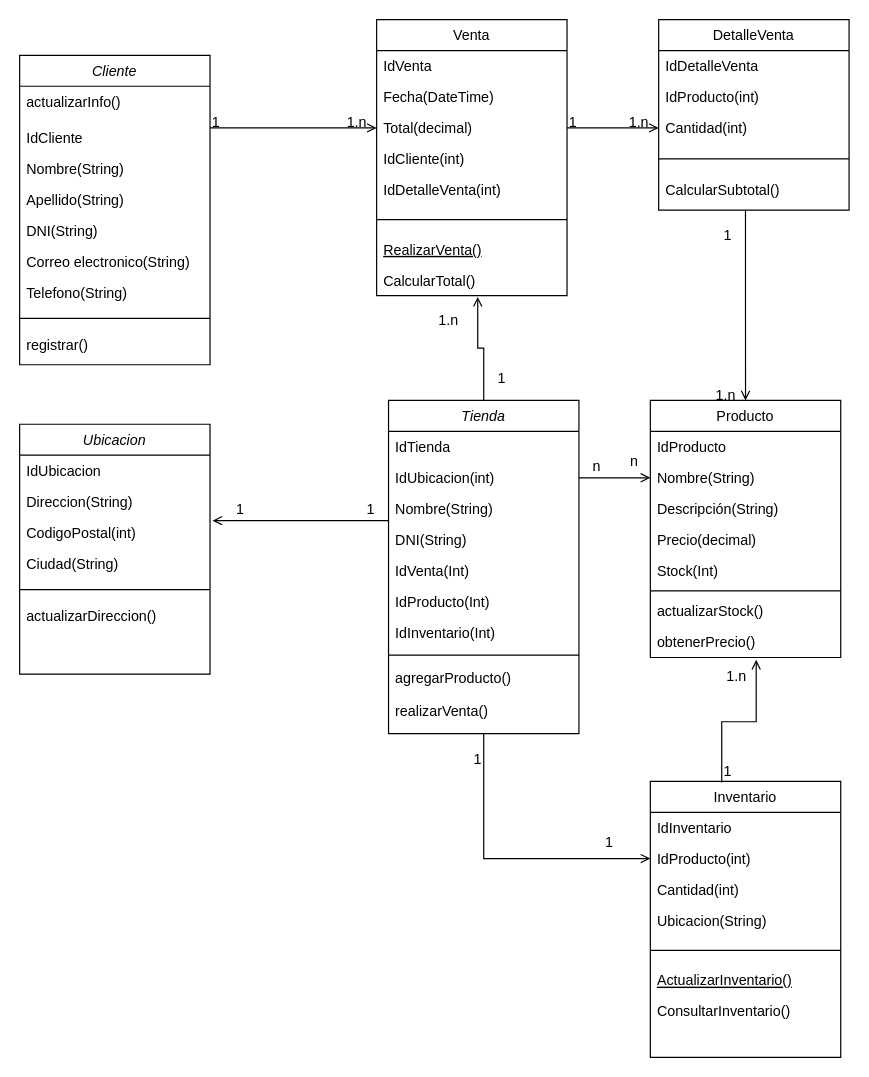
Above: Final Analisis de sistemas 2.drawio in PCalderon77/Bases-de-datos1-ISSD (draw.io), before the change. Source tidied: cells renumbered, new cells numbered last; positions are measured from the earlier drawing's top-left corner, leaving out a move shared by most shapes. Both pictures are drawn from the tidied source at 119%, with x=0, y=0 at pixel (19, 19).
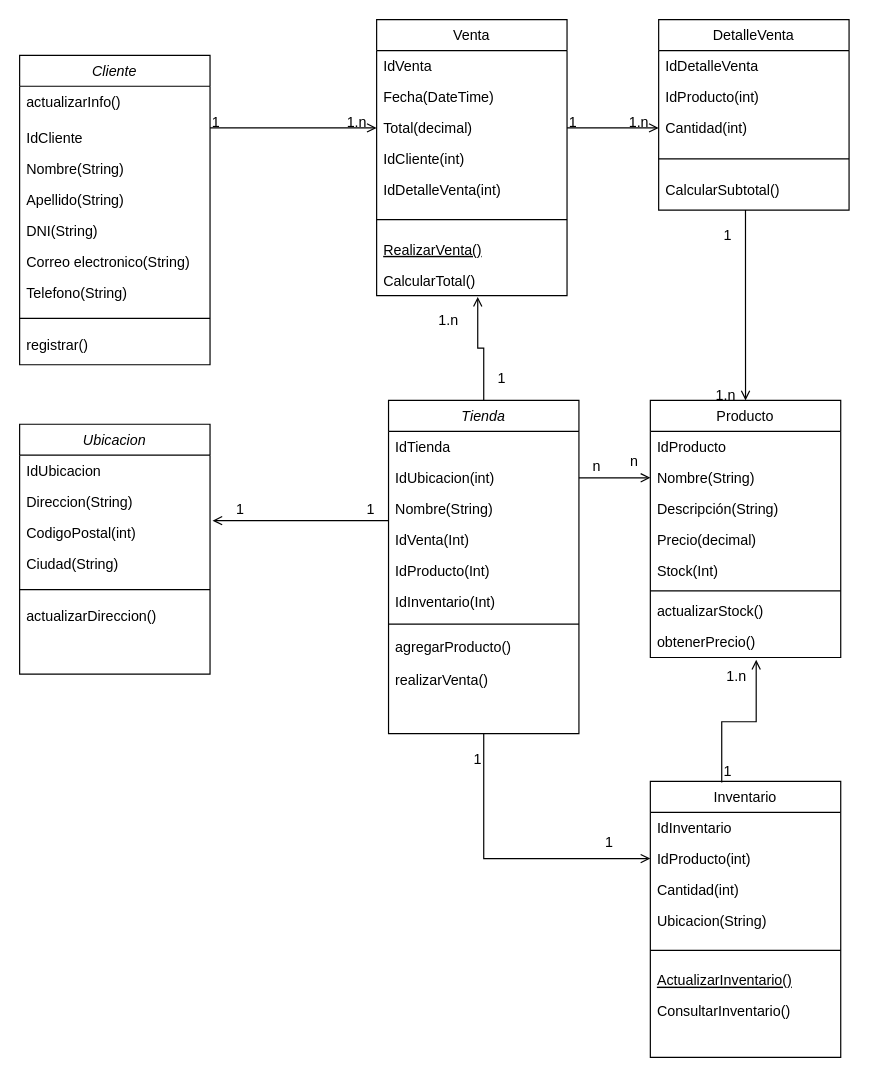
The same diagram, later.

The change refers to these unchanged cells:
```xml
<mxCell id="56" value="Tienda" style="swimlane;fontStyle=2;align=center;verticalAlign=top;horizontal=1;startSize=26;rounded=0;shadow=0;strokeWidth=1;" parent="1" vertex="1">
  <mxGeometry x="310" y="320" width="160" height="280" as="geometry" />
</mxCell>
```

Change to the diagram source:
```diff
@@
-    <mxCell id="60" value="DNI(String)" style="text;align=left;verticalAlign=top;spacingLeft=4;spacingRight=4;overflow=hidden;rounded=0;shadow=0;html=0;" parent="56" vertex="1">
-      <mxGeometry y="104" width="160" height="26" as="geometry" />
-    </mxCell>
     <mxCell id="61" value="IdVenta(Int)" style="text;align=left;verticalAlign=top;spacingLeft=4;spacingRight=4;overflow=hidden;rounded=0;shadow=0;html=0;" parent="56" vertex="1">
-      <mxGeometry y="130" width="160" height="26" as="geometry" />
+      <mxGeometry y="104" width="160" height="26" as="geometry" />
     </mxCell>
     <mxCell id="62" value="IdProducto(Int)" style="text;align=left;verticalAlign=top;spacingLeft=4;spacingRight=4;overflow=hidden;rounded=0;shadow=0;html=0;" parent="56" vertex="1">
-      <mxGeometry y="156" width="160" height="26" as="geometry" />
+      <mxGeometry y="130" width="160" height="26" as="geometry" />
     </mxCell>
     <mxCell id="63" value="IdInventario(Int)" style="text;align=left;verticalAlign=top;spacingLeft=4;spacingRight=4;overflow=hidden;rounded=0;shadow=0;html=0;" parent="56" vertex="1">
-      <mxGeometry y="182" width="160" height="26" as="geometry" />
+      <mxGeometry y="156" width="160" height="26" as="geometry" />
     </mxCell>
     <mxCell id="64" style="line;html=1;strokeWidth=1;align=left;verticalAlign=middle;spacingTop=-1;spacingLeft=3;spacingRight=3;labelPosition=right;" parent="56" vertex="1">
-      <mxGeometry y="208" width="160" height="12" as="geometry" />
+      <mxGeometry y="182" width="160" height="12" as="geometry" />
     </mxCell>
     <mxCell id="65" value="agregarProducto()" style="text;align=left;verticalAlign=top;spacingLeft=4;spacingRight=4;overflow=hidden;" parent="56" vertex="1">
-      <mxGeometry y="220" width="160" height="28" as="geometry" />
+      <mxGeometry y="194" width="160" height="28" as="geometry" />
     </mxCell>
     <mxCell id="66" value="realizarVenta()" style="text;align=left;verticalAlign=top;spacingLeft=4;spacingRight=4;overflow=hidden;" parent="56" vertex="1">
-      <mxGeometry y="248" width="160" height="30" as="geometry" />
+      <mxGeometry y="222" width="160" height="30" as="geometry" />
     </mxCell>
```
